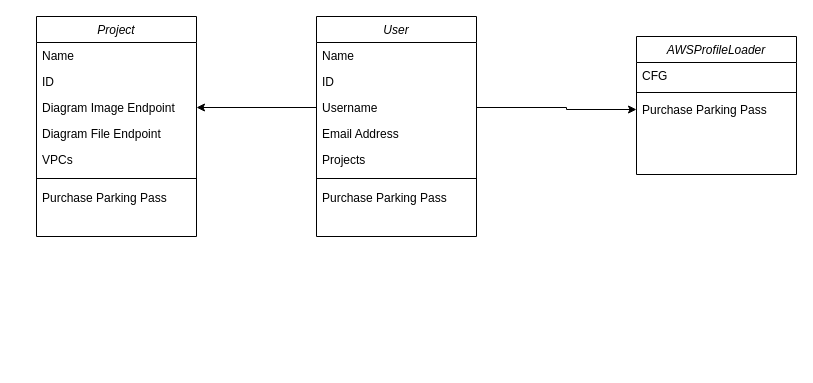
Above: classes/AWSProfileLoader.drawio in awsomegui-capstone/diagrams (draw.io), before the change. Source tidied: cells renumbered, new cells numbered last; positions are measured from the earlier drawing's top-left corner, leaving out a move shared by most shapes. Both pictures are drawn from the tidied source at 100%, with x=0, y=0 at pixel (36, 16).
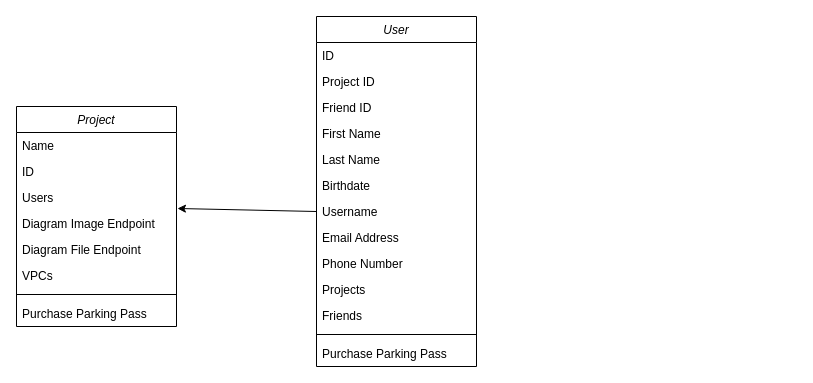
Above is the later version.

Change to the diagram source:
```diff
@@
     <mxCell id="2" value="User" style="swimlane;fontStyle=2;align=center;verticalAlign=top;horizontal=1;startSize=26;rounded=0;shadow=0;strokeWidth=1;" parent="1" vertex="1">
-      <mxGeometry x="280" width="160" height="220" as="geometry" />
+      <mxGeometry x="280" width="160" height="350" as="geometry" />
     </mxCell>
+    <mxCell id="4" value="ID" style="text;align=left;verticalAlign=top;spacingLeft=4;spacingRight=4;overflow=hidden;rounded=0;shadow=0;html=0;" parent="2" vertex="1">
+      <mxGeometry y="26" width="160" height="26" as="geometry" />
+    </mxCell>
+    <mxCell id="24" value="Project ID" style="text;align=left;verticalAlign=top;spacingLeft=4;spacingRight=4;overflow=hidden;rounded=0;shadow=0;html=0;" parent="2" vertex="1">
+      <mxGeometry y="52" width="160" height="26" as="geometry" />
+    </mxCell>
+    <mxCell id="25" value="Friend ID" style="text;align=left;verticalAlign=top;spacingLeft=4;spacingRight=4;overflow=hidden;rounded=0;shadow=0;html=0;" parent="2" vertex="1">
+      <mxGeometry y="78" width="160" height="26" as="geometry" />
+    </mxCell>
-    <mxCell id="3" value="Name" style="text;align=left;verticalAlign=top;spacingLeft=4;spacingRight=4;overflow=hidden;" parent="2" vertex="1">
-      <mxGeometry y="26" width="160" height="26" as="geometry" />
+    <mxCell id="3" value="First Name" style="text;align=left;verticalAlign=top;spacingLeft=4;spacingRight=4;overflow=hidden;" parent="2" vertex="1">
+      <mxGeometry y="104" width="160" height="26" as="geometry" />
     </mxCell>
-    <mxCell id="4" value="ID" style="text;align=left;verticalAlign=top;spacingLeft=4;spacingRight=4;overflow=hidden;rounded=0;shadow=0;html=0;" parent="2" vertex="1">
-      <mxGeometry y="52" width="160" height="26" as="geometry" />
-    </mxCell>
+    <mxCell id="26" value="Last Name" style="text;align=left;verticalAlign=top;spacingLeft=4;spacingRight=4;overflow=hidden;" parent="2" vertex="1">
+      <mxGeometry y="130" width="160" height="26" as="geometry" />
+    </mxCell>
+    <mxCell id="27" value="Birthdate" style="text;align=left;verticalAlign=top;spacingLeft=4;spacingRight=4;overflow=hidden;" parent="2" vertex="1">
+      <mxGeometry y="156" width="160" height="26" as="geometry" />
+    </mxCell>
     <mxCell id="5" value="Username" style="text;align=left;verticalAlign=top;spacingLeft=4;spacingRight=4;overflow=hidden;points=[[0,0.5],[1,0.5]];portConstraint=eastwest;rounded=0;shadow=0;html=0;" parent="2" vertex="1">
-      <mxGeometry y="78" width="160" height="26" as="geometry" />
+      <mxGeometry y="182" width="160" height="26" as="geometry" />
     </mxCell>
     <mxCell id="6" value="Email Address" style="text;align=left;verticalAlign=top;spacingLeft=4;spacingRight=4;overflow=hidden;rounded=0;shadow=0;html=0;" parent="2" vertex="1">
-      <mxGeometry y="104" width="160" height="26" as="geometry" />
+      <mxGeometry y="208" width="160" height="26" as="geometry" />
     </mxCell>
+    <mxCell id="28" value="Phone Number" style="text;align=left;verticalAlign=top;spacingLeft=4;spacingRight=4;overflow=hidden;rounded=0;shadow=0;html=0;" parent="2" vertex="1">
+      <mxGeometry y="234" width="160" height="26" as="geometry" />
+    </mxCell>
     <mxCell id="7" value="Projects" style="text;align=left;verticalAlign=top;spacingLeft=4;spacingRight=4;overflow=hidden;rounded=0;shadow=0;html=0;" parent="2" vertex="1">
-      <mxGeometry y="130" width="160" height="26" as="geometry" />
+      <mxGeometry y="260" width="160" height="26" as="geometry" />
     </mxCell>
+    <mxCell id="29" value="Friends" style="text;align=left;verticalAlign=top;spacingLeft=4;spacingRight=4;overflow=hidden;rounded=0;shadow=0;html=0;" parent="2" vertex="1">
+      <mxGeometry y="286" width="160" height="26" as="geometry" />
+    </mxCell>
     <mxCell id="8" style="line;html=1;strokeWidth=1;align=left;verticalAlign=middle;spacingTop=-1;spacingLeft=3;spacingRight=3;labelPosition=right;" parent="2" vertex="1">
-      <mxGeometry y="156" width="160" height="12" as="geometry" />
+      <mxGeometry y="312" width="160" height="12" as="geometry" />
     </mxCell>
     <mxCell id="9" value="Purchase Parking Pass" style="text;align=left;verticalAlign=top;spacingLeft=4;spacingRight=4;overflow=hidden;" parent="2" vertex="1">
-      <mxGeometry y="168" width="160" height="26" as="geometry" />
+      <mxGeometry y="324" width="160" height="26" as="geometry" />
     </mxCell>
-    <mxCell id="10" value="AWSProfileLoader" style="swimlane;fontStyle=2;align=center;verticalAlign=top;horizontal=1;startSize=26;rounded=0;shadow=0;strokeWidth=1;" parent="1" vertex="1">
-      <mxGeometry x="600" y="20" width="160" height="138" as="geometry" />
-    </mxCell>
-    <mxCell id="11" value="CFG" style="text;align=left;verticalAlign=top;spacingLeft=4;spacingRight=4;overflow=hidden;" parent="10" vertex="1">
-      <mxGeometry y="26" width="160" height="26" as="geometry" />
-    </mxCell>
-    <mxCell id="12" style="line;html=1;strokeWidth=1;align=left;verticalAlign=middle;spacingTop=-1;spacingLeft=3;spacingRight=3;labelPosition=right;" parent="10" vertex="1">
-      <mxGeometry y="52" width="160" height="8" as="geometry" />
-    </mxCell>
-    <mxCell id="13" value="Purchase Parking Pass" style="text;align=left;verticalAlign=top;spacingLeft=4;spacingRight=4;overflow=hidden;points=[[0,0.5],[1,0.5]];portConstraint=eastwest;" parent="10" vertex="1">
-      <mxGeometry y="60" width="160" height="26" as="geometry" />
-    </mxCell>
-    <mxCell id="14" style="edgeStyle=orthogonalEdgeStyle;rounded=0;jettySize=auto;html=1;exitX=1;exitY=0.5;exitDx=0;exitDy=0;entryX=0;entryY=0.5;entryDx=0;entryDy=0;" parent="1" edge="1" source="5" target="13">
-      <mxGeometry relative="1" as="geometry">
-        <Array as="points">
-          <mxPoint x="530" y="91" />
-          <mxPoint x="530" y="93" />
-        </Array>
-      </mxGeometry>
-    </mxCell>
-    <mxCell id="15" style="endArrow=classic;html=1;rounded=0;exitX=0;exitY=0.5;exitDx=0;exitDy=0;entryX=1;entryY=0.5;entryDx=0;entryDy=0;" parent="1" edge="1" source="5">
-      <mxGeometry relative="1" as="geometry">
-        <mxPoint x="160" y="91" as="targetPoint" />
-      </mxGeometry>
+    <mxCell id="15" style="endArrow=classic;html=1;rounded=0;exitX=0;exitY=0.5;exitDx=0;exitDy=0;entryX=1.006;entryY=0.923;entryDx=0;entryDy=0;entryPerimeter=0;" parent="1" edge="1" source="5" target="30">
+      <mxGeometry relative="1" as="geometry" />
     </mxCell>
     <mxCell id="16" value="Project" style="swimlane;fontStyle=2;align=center;verticalAlign=top;horizontal=1;startSize=26;rounded=0;shadow=0;strokeWidth=1;" parent="1" vertex="1">
-      <mxGeometry width="160" height="220" as="geometry" />
+      <mxGeometry x="-20" y="90" width="160" height="220" as="geometry" />
     </mxCell>
@@
+    <mxCell id="30" value="Users" style="text;align=left;verticalAlign=top;spacingLeft=4;spacingRight=4;overflow=hidden;points=[[0,0.5],[1,0.5]];portConstraint=eastwest;rounded=0;shadow=0;html=0;" parent="16" vertex="1">
+      <mxGeometry y="78" width="160" height="26" as="geometry" />
+    </mxCell>
     <mxCell id="19" value="Diagram Image Endpoint" style="text;align=left;verticalAlign=top;spacingLeft=4;spacingRight=4;overflow=hidden;rounded=0;shadow=0;html=0;" parent="16" vertex="1">
-      <mxGeometry y="78" width="160" height="26" as="geometry" />
+      <mxGeometry y="104" width="160" height="26" as="geometry" />
     </mxCell>
     <mxCell id="20" value="Diagram File Endpoint" style="text;align=left;verticalAlign=top;spacingLeft=4;spacingRight=4;overflow=hidden;rounded=0;shadow=0;html=0;" parent="16" vertex="1">
-      <mxGeometry y="104" width="160" height="26" as="geometry" />
+      <mxGeometry y="130" width="160" height="26" as="geometry" />
     </mxCell>
     <mxCell id="21" value="VPCs" style="text;align=left;verticalAlign=top;spacingLeft=4;spacingRight=4;overflow=hidden;rounded=0;shadow=0;html=0;" parent="16" vertex="1">
-      <mxGeometry y="130" width="160" height="26" as="geometry" />
+      <mxGeometry y="156" width="160" height="26" as="geometry" />
     </mxCell>
     <mxCell id="22" style="line;html=1;strokeWidth=1;align=left;verticalAlign=middle;spacingTop=-1;spacingLeft=3;spacingRight=3;labelPosition=right;" parent="16" vertex="1">
-      <mxGeometry y="156" width="160" height="12" as="geometry" />
+      <mxGeometry y="182" width="160" height="12" as="geometry" />
     </mxCell>
     <mxCell id="23" value="Purchase Parking Pass" style="text;align=left;verticalAlign=top;spacingLeft=4;spacingRight=4;overflow=hidden;" parent="16" vertex="1">
-      <mxGeometry y="168" width="160" height="26" as="geometry" />
+      <mxGeometry y="194" width="160" height="26" as="geometry" />
     </mxCell>
```
